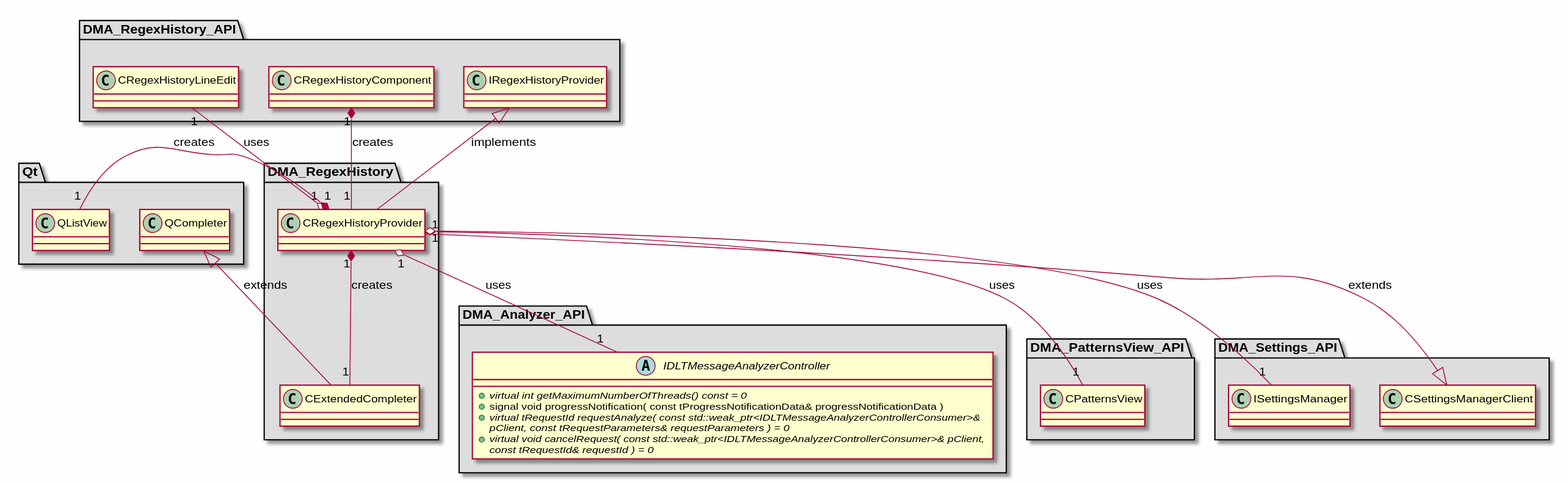
Earlier version of the PlantUML export md/dev_docs/puml/DMA_RegexHistory.svg (svlad-90/DLT-Message-Analyzer).
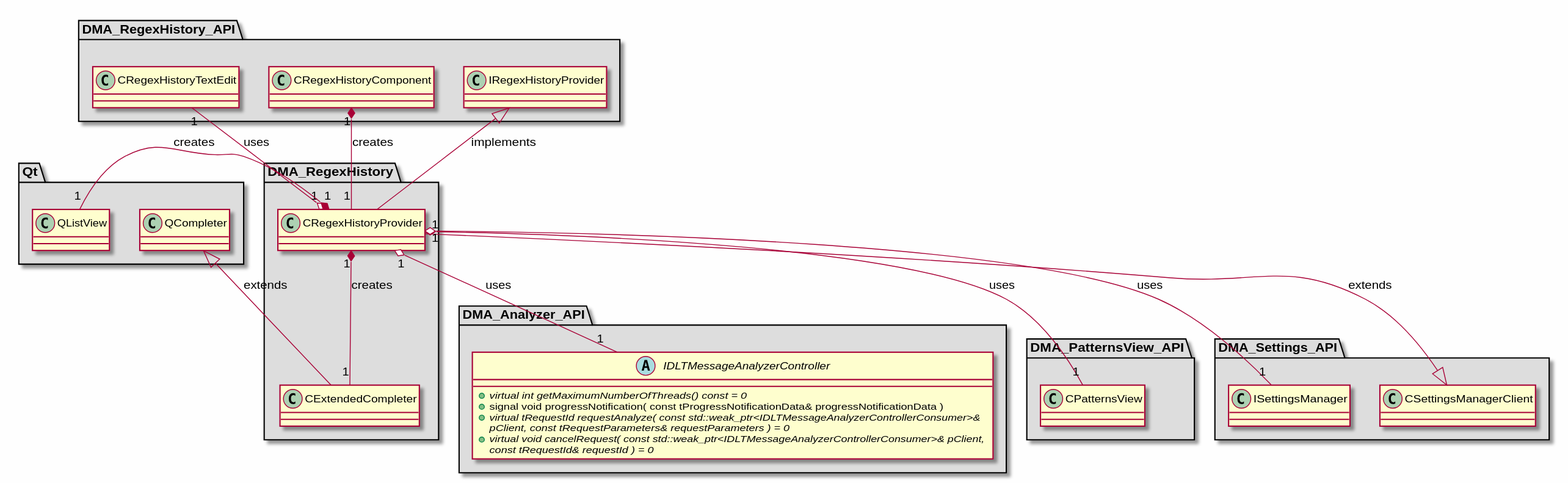
After the change.

The edit, as a diff of the source:
```diff
@@ -44,7 +44,7 @@
 {
 }
 
-class "CRegexHistoryLineEdit"
+class "CRegexHistoryTextEdit"
 {
 }
 
@@ -86,7 +86,7 @@
 
 CRegexHistoryProvider "1" *-- "1" CExtendedCompleter : creates
 CRegexHistoryProvider "1" o-- "1" CPatternsView : uses
-CRegexHistoryProvider "1" o-- "1" CRegexHistoryLineEdit : uses
+CRegexHistoryProvider "1" o-- "1" CRegexHistoryTextEdit : uses
 CRegexHistoryProvider "1" o-- "1" IDLTMessageAnalyzerController : uses
 CRegexHistoryProvider "1" o-- "1" ISettingsManager : uses
 CRegexHistoryProvider "1" *-- "1" QListView : creates
```
